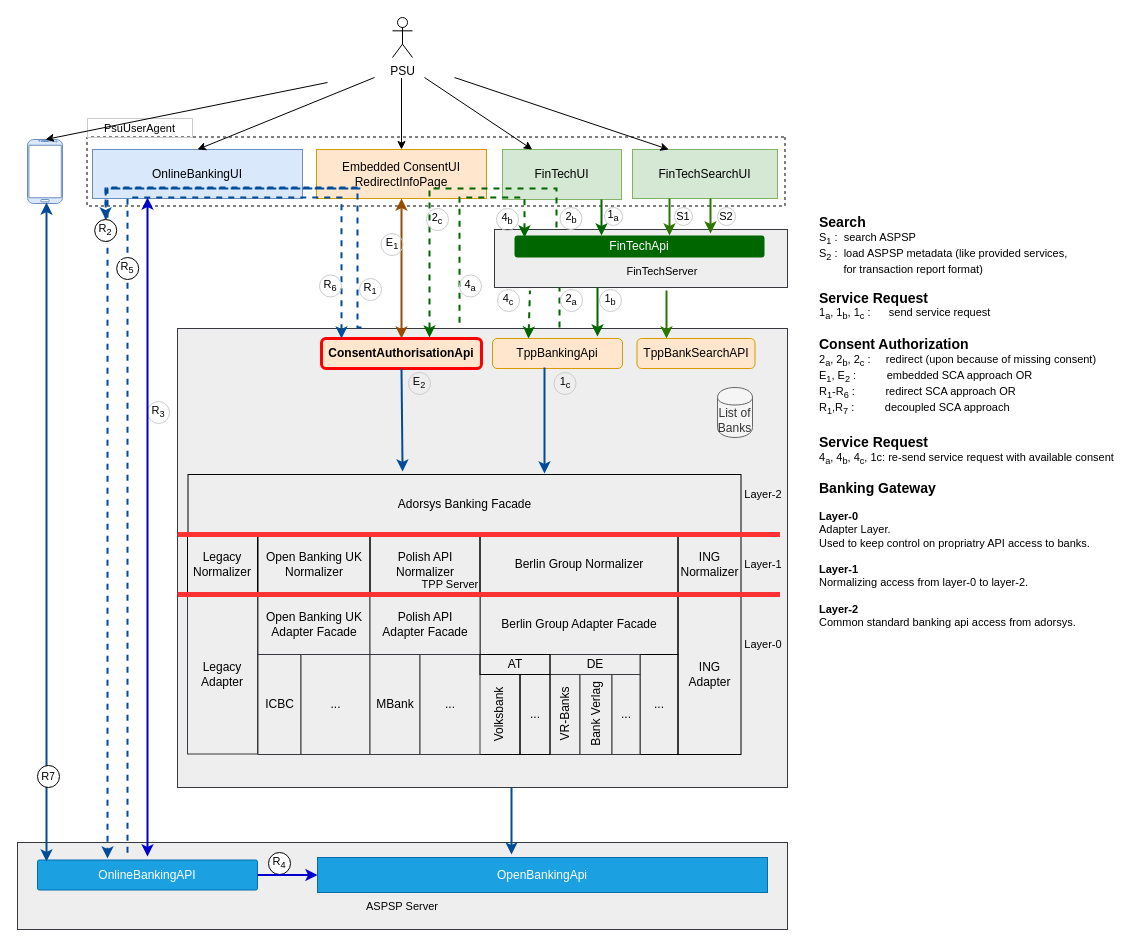
Earlier version of the draw.io diagram page "BankingGateway" (3 of 3) of docs/architecture/big-picture.drawio (adorsys/open-banking-gateway). Source tidied: cells renumbered, new cells numbered last; positions are measured from the earlier drawing's top-left corner, leaving out a move shared by most shapes. Both pictures are drawn from the tidied source at 100%, with x=0, y=0 at pixel (17, -178).
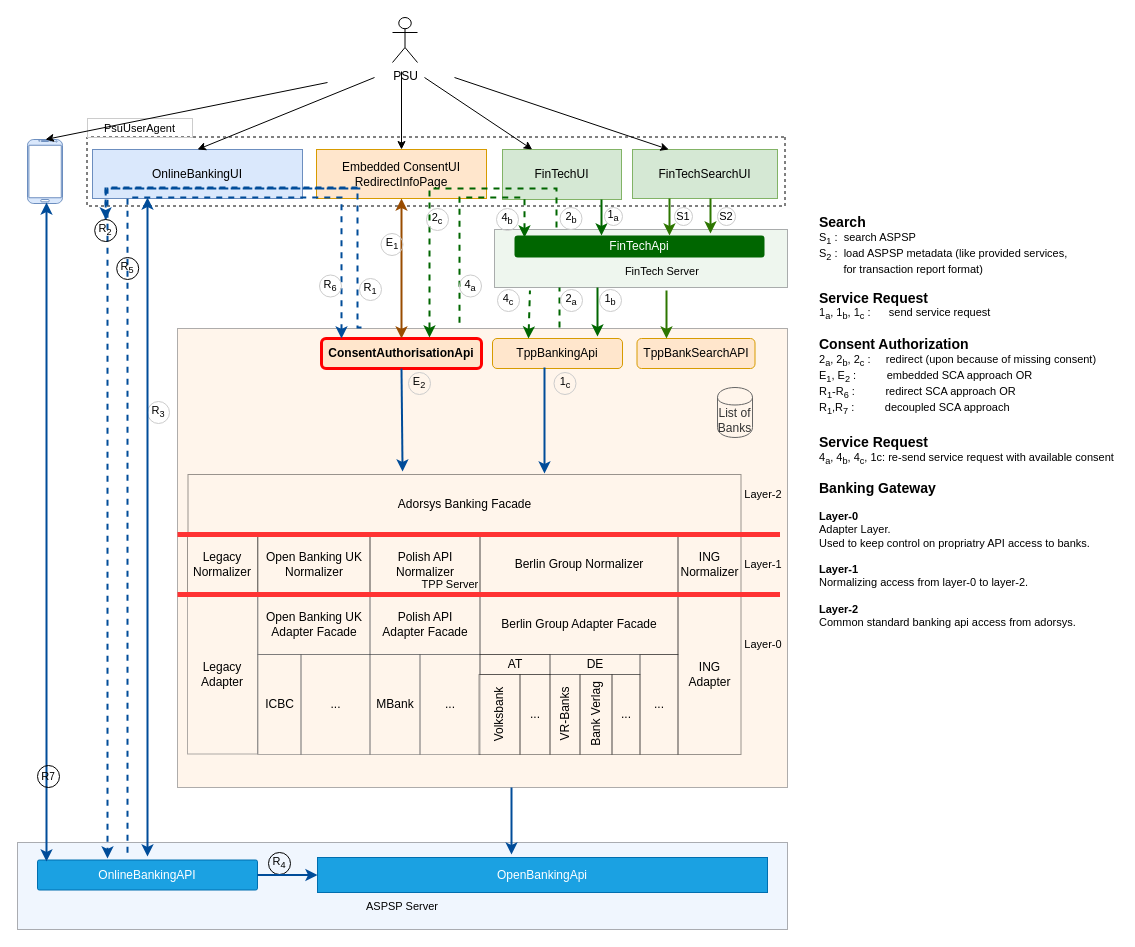
The same diagram, later.

Unchanged cells that the change refers to:
```xml
<mxCell id="10" value="&lt;b&gt;ConsentAuthorisationApi&lt;/b&gt;" style="rounded=1;whiteSpace=wrap;html=1;rotation=0;fillColor=#ffe6cc;strokeColor=#FF0000;fontColor=#000000;strokeWidth=3;" parent="1" vertex="1">
  <mxGeometry x="304" y="516" width="160" height="30" as="geometry" />
</mxCell>
<mxCell id="16" value="OnlineBankingAPI" style="rounded=1;whiteSpace=wrap;html=1;rotation=0;fillColor=#1ba1e2;strokeColor=#006EAF;fontColor=#ffffff;arcSize=6;" parent="1" vertex="1">
  <mxGeometry x="20" y="1037.5" width="220" height="30" as="geometry" />
</mxCell>
<mxCell id="29" value="OpenBankingApi" style="rounded=0;whiteSpace=wrap;html=1;rotation=0;fillColor=#1ba1e2;strokeColor=#006EAF;fontColor=#ffffff;" parent="1" vertex="1">
  <mxGeometry x="300" y="1035" width="450" height="35" as="geometry" />
</mxCell>
```

Change to the diagram source:
```diff
@@
-    <mxCell id="2" value="&lt;br&gt;&lt;br&gt;&lt;br&gt;ASPSP Server" style="rounded=0;whiteSpace=wrap;html=1;strokeColor=#36393d;strokeWidth=1;fillColor=#eeeeee;fontSize=11;" parent="1" vertex="1">
+    <mxCell id="2" value="&lt;br&gt;&lt;br&gt;&lt;br&gt;ASPSP Server" style="rounded=0;whiteSpace=wrap;html=1;strokeColor=#36393d;strokeWidth=1;fillColor=#DAE8FC;fontSize=11;opacity=40;" parent="1" vertex="1">
       <mxGeometry y="1020" width="770" height="87" as="geometry" />
     </mxCell>
-    <mxCell id="3" value="&lt;br&gt;&lt;br&gt;&lt;br&gt;&lt;br&gt;TPP Server&amp;nbsp;&amp;nbsp;&amp;nbsp;&amp;nbsp;&amp;nbsp;&amp;nbsp;&amp;nbsp;&amp;nbsp;&amp;nbsp;&amp;nbsp;&amp;nbsp;&amp;nbsp;&amp;nbsp;&amp;nbsp;&amp;nbsp;&amp;nbsp;&amp;nbsp;&amp;nbsp;&amp;nbsp;&amp;nbsp;&amp;nbsp; " style="rounded=0;whiteSpace=wrap;html=1;strokeColor=#36393d;strokeWidth=1;fillColor=#eeeeee;fontSize=11;" parent="1" vertex="1">
+    <mxCell id="3" value="&lt;br&gt;&lt;br&gt;&lt;br&gt;&lt;br&gt;TPP Server&amp;nbsp;&amp;nbsp;&amp;nbsp;&amp;nbsp;&amp;nbsp;&amp;nbsp;&amp;nbsp;&amp;nbsp;&amp;nbsp;&amp;nbsp;&amp;nbsp;&amp;nbsp;&amp;nbsp;&amp;nbsp;&amp;nbsp;&amp;nbsp;&amp;nbsp;&amp;nbsp;&amp;nbsp;&amp;nbsp;&amp;nbsp; " style="rounded=0;whiteSpace=wrap;html=1;strokeColor=#36393d;strokeWidth=1;fillColor=#FFE6CC;fontSize=11;opacity=40;" parent="1" vertex="1">
       <mxGeometry x="160" y="506" width="610" height="459" as="geometry" />
     </mxCell>
-    <mxCell id="4" value="&lt;br&gt;&lt;br&gt;&amp;nbsp; &amp;nbsp; &amp;nbsp; &amp;nbsp; &amp;nbsp; &amp;nbsp; &amp;nbsp; FinTechServer" style="rounded=0;whiteSpace=wrap;html=1;strokeColor=#36393d;strokeWidth=1;fillColor=#eeeeee;fontSize=11;" parent="1" vertex="1">
+    <mxCell id="4" value="&lt;br&gt;&lt;br&gt;&amp;nbsp; &amp;nbsp; &amp;nbsp; &amp;nbsp; &amp;nbsp; &amp;nbsp; &amp;nbsp; FinTech Server" style="rounded=0;whiteSpace=wrap;html=1;strokeColor=#36393d;strokeWidth=1;fillColor=#D5E8D4;fontSize=11;opacity=40;" parent="1" vertex="1">
       <mxGeometry x="477" y="407" width="293" height="58" as="geometry" />
     </mxCell>
@@
-    <mxCell id="6" style="rounded=0;whiteSpace=wrap;html=1;strokeColor=#000000;strokeWidth=1;rotation=90;dashed=1;fillColor=#FFFFFF;fontColor=#000000;" parent="1" vertex="1">
+    <mxCell id="6" style="rounded=0;whiteSpace=wrap;html=1;strokeColor=#000000;strokeWidth=1;rotation=90;dashed=1;fillColor=none;fontColor=#000000;" parent="1" vertex="1">
       <mxGeometry x="384" width="69" height="698" as="geometry" />
     </mxCell>
@@
-    <mxCell id="25" value="PSU" style="shape=umlActor;verticalLabelPosition=bottom;labelBackgroundColor=#ffffff;verticalAlign=top;html=1;" parent="1" vertex="1">
-      <mxGeometry x="375" y="195" width="20" height="40" as="geometry" />
+    <mxCell id="25" value="PSU" style="shape=umlActor;verticalLabelPosition=bottom;labelBackgroundColor=none;verticalAlign=top;html=1;fillColor=none;" parent="1" vertex="1">
+      <mxGeometry x="375" y="195" width="25" height="45" as="geometry" />
     </mxCell>
@@
-    <mxCell id="31" value="R&lt;sub&gt;4&lt;/sub&gt;" style="ellipse;whiteSpace=wrap;html=1;strokeWidth=1;fontSize=11;" parent="1" vertex="1">
+    <mxCell id="31" value="R&lt;sub&gt;4&lt;/sub&gt;" style="ellipse;whiteSpace=wrap;html=1;strokeWidth=1;fontSize=11;fillColor=none;" parent="1" vertex="1">
       <mxGeometry x="251" y="1030" width="22" height="22" as="geometry" />
     </mxCell>
@@
-    <mxCell id="33" style="edgeStyle=orthogonalEdgeStyle;rounded=0;jettySize=auto;html=1;exitX=0.125;exitY=0;exitDx=0;exitDy=0;dashed=1;endSize=6;strokeColor=#004C99;strokeWidth=2;fontSize=11;fontColor=#000000;startArrow=classic;startFill=1;endArrow=none;endFill=0;exitPerimeter=0;" parent="1" edge="1" source="10">
+    <mxCell id="33" style="edgeStyle=orthogonalEdgeStyle;rounded=0;jettySize=auto;html=1;exitX=0.125;exitY=0;exitDx=0;exitDy=0;dashed=1;endSize=6;strokeColor=#004C99;strokeWidth=2;fontSize=11;fontColor=#000000;startArrow=classic;startFill=1;endArrow=none;endFill=0;exitPerimeter=0;labelBackgroundColor=none;" parent="1" edge="1" source="10">
       <mxGeometry relative="1" as="geometry">
         <mxPoint x="110" y="1035" as="targetPoint" />
         <Array as="points">
           <mxPoint x="324" y="375" />
           <mxPoint x="110" y="375" />
         </Array>
       </mxGeometry>
     </mxCell>
@@
-    <mxCell id="42" value="Berlin Group Adapter Facade" style="rounded=0;whiteSpace=wrap;html=1;strokeColor=#000000;strokeWidth=1;fillColor=none;fontColor=#000000;" parent="1" vertex="1">
+    <mxCell id="42" value="Berlin Group Adapter Facade" style="rounded=0;whiteSpace=wrap;html=1;strokeColor=#000000;strokeWidth=1;fillColor=none;fontColor=#000000;opacity=40;" parent="1" vertex="1">
       <mxGeometry x="462.5" y="772" width="198" height="60" as="geometry" />
     </mxCell>
-    <mxCell id="43" value="Volksbank" style="rounded=0;whiteSpace=wrap;html=1;strokeColor=#000000;strokeWidth=1;fillColor=none;fontColor=#000000;flipH=1;flipV=1;horizontal=0;" parent="1" vertex="1">
+    <mxCell id="43" value="Volksbank" style="rounded=0;whiteSpace=wrap;html=1;strokeColor=#000000;strokeWidth=1;fillColor=none;fontColor=#000000;flipH=1;flipV=1;horizontal=0;opacity=40;" parent="1" vertex="1">
       <mxGeometry x="461.5" y="852" width="41" height="80" as="geometry" />
     </mxCell>
-    <mxCell id="44" value="VR-Banks" style="rounded=0;whiteSpace=wrap;html=1;strokeWidth=1;flipV=0;flipH=0;direction=east;verticalAlign=middle;horizontal=0;fillColor=#eeeeee;strokeColor=#36393d;fontColor=#000000;" parent="1" vertex="1">
+    <mxCell id="44" value="VR-Banks" style="rounded=0;whiteSpace=wrap;html=1;strokeWidth=1;flipV=0;flipH=0;direction=east;verticalAlign=middle;horizontal=0;fillColor=none;strokeColor=#000000;fontColor=#000000;opacity=40;" parent="1" vertex="1">
       <mxGeometry x="532.5" y="852" width="30" height="80" as="geometry" />
     </mxCell>
-    <mxCell id="45" value="..." style="rounded=0;whiteSpace=wrap;html=1;strokeColor=#000000;strokeWidth=1;fillColor=none;fontColor=#000000;" parent="1" vertex="1">
+    <mxCell id="45" value="..." style="rounded=0;whiteSpace=wrap;html=1;strokeColor=#000000;strokeWidth=1;fillColor=none;fontColor=#000000;opacity=40;direction=west;" parent="1" vertex="1">
       <mxGeometry x="622.5" y="832" width="38" height="100" as="geometry" />
     </mxCell>
-    <mxCell id="46" value="ING&lt;br&gt;Adapter" style="rounded=0;whiteSpace=wrap;html=1;strokeColor=#000000;strokeWidth=1;fillColor=none;fontColor=#000000;" parent="1" vertex="1">
+    <mxCell id="46" value="ING&lt;br&gt;Adapter" style="rounded=0;whiteSpace=wrap;html=1;strokeColor=#000000;strokeWidth=1;fillColor=none;fontColor=#000000;opacity=40;" parent="1" vertex="1">
       <mxGeometry x="660.5" y="772" width="63" height="160" as="geometry" />
     </mxCell>
-    <mxCell id="47" value="Adorsys Banking Facade" style="rounded=0;whiteSpace=wrap;html=1;strokeColor=#000000;strokeWidth=1;fillColor=none;fontColor=#000000;" parent="1" vertex="1">
+    <mxCell id="47" value="Adorsys Banking Facade" style="rounded=0;whiteSpace=wrap;html=1;strokeColor=#000000;strokeWidth=1;fillColor=none;fontColor=#000000;opacity=40;" parent="1" vertex="1">
       <mxGeometry x="170.5" y="652" width="553" height="60" as="geometry" />
     </mxCell>
-    <mxCell id="48" value="Legacy&lt;br&gt;Adapter" style="rounded=0;whiteSpace=wrap;html=1;strokeWidth=1;fillColor=#eeeeee;strokeColor=#36393d;fontColor=#000000;" parent="1" vertex="1">
+    <mxCell id="48" value="Legacy&lt;br&gt;Adapter" style="rounded=0;whiteSpace=wrap;html=1;strokeWidth=1;fillColor=none;strokeColor=#36393d;fontColor=#000000;opacity=40;" parent="1" vertex="1">
       <mxGeometry x="170" y="771.5" width="70" height="160" as="geometry" />
     </mxCell>
-    <mxCell id="49" value="Open Banking UK Adapter Facade" style="rounded=0;whiteSpace=wrap;html=1;strokeWidth=1;fillColor=#eeeeee;strokeColor=#36393d;fontColor=#000000;" parent="1" vertex="1">
+    <mxCell id="49" value="Open Banking UK Adapter Facade" style="rounded=0;whiteSpace=wrap;html=1;strokeWidth=1;fillColor=none;strokeColor=#36393d;fontColor=#000000;opacity=40;" parent="1" vertex="1">
       <mxGeometry x="240.5" y="772" width="112" height="60" as="geometry" />
     </mxCell>
-    <mxCell id="50" value="ICBC" style="rounded=0;whiteSpace=wrap;html=1;strokeWidth=1;fillColor=#eeeeee;strokeColor=#36393d;fontColor=#000000;" parent="1" vertex="1">
+    <mxCell id="50" value="ICBC" style="rounded=0;whiteSpace=wrap;html=1;strokeWidth=1;fillColor=none;strokeColor=#36393d;fontColor=#000000;opacity=40;" parent="1" vertex="1">
       <mxGeometry x="240.5" y="832" width="43" height="100" as="geometry" />
     </mxCell>
-    <mxCell id="51" value="..." style="rounded=0;whiteSpace=wrap;html=1;strokeWidth=1;fillColor=#eeeeee;strokeColor=#36393d;fontColor=#000000;" parent="1" vertex="1">
+    <mxCell id="51" value="..." style="rounded=0;whiteSpace=wrap;html=1;strokeWidth=1;fillColor=none;strokeColor=#36393d;fontColor=#000000;opacity=40;" parent="1" vertex="1">
       <mxGeometry x="283.5" y="832" width="69" height="100" as="geometry" />
     </mxCell>
-    <mxCell id="52" value="ING&lt;br&gt;Normalizer" style="rounded=0;whiteSpace=wrap;html=1;strokeColor=#000000;strokeWidth=1;fillColor=none;fontColor=#000000;" parent="1" vertex="1">
+    <mxCell id="52" value="ING&lt;br&gt;Normalizer" style="rounded=0;whiteSpace=wrap;html=1;strokeColor=#000000;strokeWidth=1;fillColor=none;fontColor=#000000;opacity=40;" parent="1" vertex="1">
       <mxGeometry x="660.5" y="712" width="63" height="60" as="geometry" />
     </mxCell>
-    <mxCell id="53" value="Berlin Group Normalizer" style="rounded=0;whiteSpace=wrap;html=1;strokeColor=#000000;strokeWidth=1;fillColor=none;fontColor=#000000;" parent="1" vertex="1">
+    <mxCell id="53" value="Berlin Group Normalizer" style="rounded=0;whiteSpace=wrap;html=1;strokeColor=#000000;strokeWidth=1;fillColor=none;fontColor=#000000;opacity=40;" parent="1" vertex="1">
       <mxGeometry x="462.5" y="712" width="198" height="60" as="geometry" />
     </mxCell>
-    <mxCell id="54" value="Open Banking UK&lt;br&gt;Normalizer" style="rounded=0;whiteSpace=wrap;html=1;strokeColor=#000000;strokeWidth=1;fillColor=none;fontColor=#000000;" parent="1" vertex="1">
+    <mxCell id="54" value="Open Banking UK&lt;br&gt;Normalizer" style="rounded=0;whiteSpace=wrap;html=1;strokeColor=#000000;strokeWidth=1;fillColor=none;fontColor=#000000;opacity=40;" parent="1" vertex="1">
       <mxGeometry x="240.5" y="712" width="112" height="60" as="geometry" />
     </mxCell>
-    <mxCell id="55" value="Legacy&lt;br&gt;Normalizer" style="rounded=0;whiteSpace=wrap;html=1;strokeColor=#000000;strokeWidth=1;fillColor=none;fontColor=#000000;" parent="1" vertex="1">
+    <mxCell id="55" value="Legacy&lt;br&gt;Normalizer" style="rounded=0;whiteSpace=wrap;html=1;strokeColor=#000000;strokeWidth=1;fillColor=none;fontColor=#000000;opacity=40;" parent="1" vertex="1">
       <mxGeometry x="170" y="711.5" width="70" height="60" as="geometry" />
     </mxCell>
@@
-    <mxCell id="59" value="Polish API&lt;br&gt;Normalizer" style="rounded=0;whiteSpace=wrap;html=1;strokeColor=#000000;strokeWidth=1;fillColor=none;fontColor=#000000;" parent="1" vertex="1">
+    <mxCell id="59" value="Polish API&lt;br&gt;Normalizer" style="rounded=0;whiteSpace=wrap;html=1;strokeColor=#000000;strokeWidth=1;fillColor=none;fontColor=#000000;opacity=40;" parent="1" vertex="1">
       <mxGeometry x="352.5" y="712" width="110" height="60" as="geometry" />
     </mxCell>
-    <mxCell id="60" value="Polish API&lt;br&gt;Adapter Facade" style="rounded=0;whiteSpace=wrap;html=1;strokeWidth=1;fillColor=#eeeeee;strokeColor=#36393d;fontColor=#000000;" parent="1" vertex="1">
+    <mxCell id="60" value="Polish API&lt;br&gt;Adapter Facade" style="rounded=0;whiteSpace=wrap;html=1;strokeWidth=1;fillColor=none;strokeColor=#36393d;fontColor=#000000;opacity=40;" parent="1" vertex="1">
       <mxGeometry x="352.5" y="772" width="110" height="60" as="geometry" />
     </mxCell>
-    <mxCell id="61" value="MBank" style="rounded=0;whiteSpace=wrap;html=1;strokeWidth=1;fillColor=#eeeeee;strokeColor=#36393d;fontColor=#000000;" parent="1" vertex="1">
+    <mxCell id="61" value="MBank" style="rounded=0;whiteSpace=wrap;html=1;strokeWidth=1;fillColor=none;strokeColor=#36393d;fontColor=#000000;opacity=40;" parent="1" vertex="1">
       <mxGeometry x="352.5" y="832" width="50" height="100" as="geometry" />
     </mxCell>
-    <mxCell id="62" value="..." style="rounded=0;whiteSpace=wrap;html=1;strokeWidth=1;fillColor=#eeeeee;strokeColor=#36393d;fontColor=#000000;" parent="1" vertex="1">
+    <mxCell id="62" value="..." style="rounded=0;whiteSpace=wrap;html=1;strokeWidth=1;fillColor=none;strokeColor=#36393d;fontColor=#000000;opacity=40;" parent="1" vertex="1">
       <mxGeometry x="402.5" y="832" width="60" height="100" as="geometry" />
     </mxCell>
@@
-    <mxCell id="65" value="DE" style="rounded=0;whiteSpace=wrap;html=1;strokeWidth=1;fillColor=#eeeeee;strokeColor=#36393d;fontColor=#000000;" parent="1" vertex="1">
+    <mxCell id="65" value="DE" style="rounded=0;whiteSpace=wrap;html=1;strokeWidth=1;fillColor=none;strokeColor=#36393d;fontColor=#000000;opacity=40;" parent="1" vertex="1">
       <mxGeometry x="532.5" y="832" width="90" height="20" as="geometry" />
     </mxCell>
-    <mxCell id="66" value="Bank Verlag" style="rounded=0;whiteSpace=wrap;html=1;strokeWidth=1;horizontal=0;fillColor=#eeeeee;strokeColor=#36393d;fontColor=#000000;" parent="1" vertex="1">
+    <mxCell id="66" value="Bank Verlag" style="rounded=0;whiteSpace=wrap;html=1;strokeWidth=1;horizontal=0;fillColor=none;strokeColor=#000000;fontColor=#000000;opacity=40;" parent="1" vertex="1">
       <mxGeometry x="562.5" y="852" width="32" height="80" as="geometry" />
     </mxCell>
-    <mxCell id="67" value="..." style="rounded=0;whiteSpace=wrap;html=1;strokeWidth=1;fillColor=#eeeeee;strokeColor=#36393d;fontColor=#000000;" parent="1" vertex="1">
+    <mxCell id="67" value="..." style="rounded=0;whiteSpace=wrap;html=1;strokeWidth=1;fillColor=none;strokeColor=#000000;fontColor=#000000;opacity=40;" parent="1" vertex="1">
       <mxGeometry x="594.5" y="852" width="28" height="80" as="geometry" />
     </mxCell>
-    <mxCell id="68" value="AT" style="rounded=0;whiteSpace=wrap;html=1;strokeColor=#000000;strokeWidth=1;fillColor=none;fontColor=#000000;" parent="1" vertex="1">
+    <mxCell id="68" value="AT" style="rounded=0;whiteSpace=wrap;html=1;strokeColor=#000000;strokeWidth=1;fillColor=none;fontColor=#000000;opacity=40;" parent="1" vertex="1">
       <mxGeometry x="462.5" y="832" width="70" height="20" as="geometry" />
     </mxCell>
-    <mxCell id="69" value="..." style="rounded=0;whiteSpace=wrap;html=1;strokeColor=#000000;strokeWidth=1;fillColor=none;fontColor=#000000;" parent="1" vertex="1">
+    <mxCell id="69" value="..." style="rounded=0;whiteSpace=wrap;html=1;strokeColor=#000000;strokeWidth=1;fillColor=none;fontColor=#000000;opacity=40;" parent="1" vertex="1">
       <mxGeometry x="502.5" y="852" width="30" height="80" as="geometry" />
     </mxCell>
@@
-    <mxCell id="79" value="List of Banks" style="shape=cylinder;whiteSpace=wrap;html=1;boundedLbl=1;backgroundOutline=1;rounded=1;fillColor=#f5f5f5;strokeColor=#666666;fontColor=#333333;" parent="1" vertex="1">
+    <mxCell id="79" value="List of Banks" style="shape=cylinder;whiteSpace=wrap;html=1;boundedLbl=1;backgroundOutline=1;rounded=1;fillColor=none;strokeColor=#666666;fontColor=#333333;" parent="1" vertex="1">
       <mxGeometry x="700" y="565" width="35" height="50" as="geometry" />
     </mxCell>
-    <mxCell id="80" value="&lt;span style=&quot;background-color: rgb(255 , 255 , 255)&quot;&gt;R&lt;sub&gt;5&lt;/sub&gt;&lt;/span&gt;" style="ellipse;whiteSpace=wrap;html=1;strokeWidth=1;fontSize=11;" parent="1" vertex="1">
+    <mxCell id="80" value="&lt;span style=&quot;&quot;&gt;R&lt;sub&gt;5&lt;/sub&gt;&lt;/span&gt;" style="ellipse;whiteSpace=wrap;html=1;strokeWidth=1;fontSize=11;fillColor=none;labelBackgroundColor=none;" parent="1" vertex="1">
       <mxGeometry x="99.2" y="435" width="22" height="22" as="geometry" />
     </mxCell>
@@
-    <mxCell id="82" value="R&lt;sub&gt;2&lt;/sub&gt;" style="ellipse;whiteSpace=wrap;html=1;strokeWidth=1;fontSize=11;" parent="1" vertex="1">
+    <mxCell id="82" value="R&lt;sub&gt;2&lt;/sub&gt;" style="ellipse;whiteSpace=wrap;html=1;strokeWidth=1;fontSize=11;fillColor=none;" parent="1" vertex="1">
       <mxGeometry x="77.2" y="397" width="22" height="22" as="geometry" />
     </mxCell>
@@
-    <mxCell id="84" style="endArrow=classic;startArrow=classic;html=1;strokeWidth=2;strokeColor=#0000CC;" parent="1" edge="1">
+    <mxCell id="84" style="endArrow=classic;startArrow=classic;html=1;strokeWidth=2;strokeColor=#004C99;" parent="1" edge="1">
       <mxGeometry relative="1" as="geometry">
         <mxPoint x="130" y="375" as="sourcePoint" />
         <mxPoint x="130" y="1034" as="targetPoint" />
       </mxGeometry>
     </mxCell>
-    <mxCell id="85" style="endArrow=classic;startArrow=none;html=1;strokeColor=#0000CC;strokeWidth=2;entryX=0;entryY=0.5;entryDx=0;entryDy=0;exitX=1;exitY=0.5;exitDx=0;exitDy=0;startFill=0;" parent="1" edge="1" source="16" target="29">
+    <mxCell id="85" style="endArrow=classic;startArrow=none;html=1;strokeColor=#004C99;strokeWidth=2;entryX=0;entryY=0.5;entryDx=0;entryDy=0;exitX=1;exitY=0.5;exitDx=0;exitDy=0;startFill=0;" parent="1" edge="1" source="16" target="29">
       <mxGeometry relative="1" as="geometry" />
     </mxCell>
@@
-    <mxCell id="92" value="R&lt;font size=&quot;1&quot;&gt;7&lt;/font&gt;" style="ellipse;whiteSpace=wrap;html=1;strokeWidth=1;fontSize=11;direction=south;" parent="1" vertex="1">
+    <mxCell id="92" value="R&lt;font size=&quot;1&quot;&gt;7&lt;/font&gt;" style="ellipse;whiteSpace=wrap;html=1;strokeWidth=1;fontSize=11;direction=south;fillColor=none;" parent="1" vertex="1">
       <mxGeometry x="20" y="943" width="22" height="22" as="geometry" />
     </mxCell>
```
